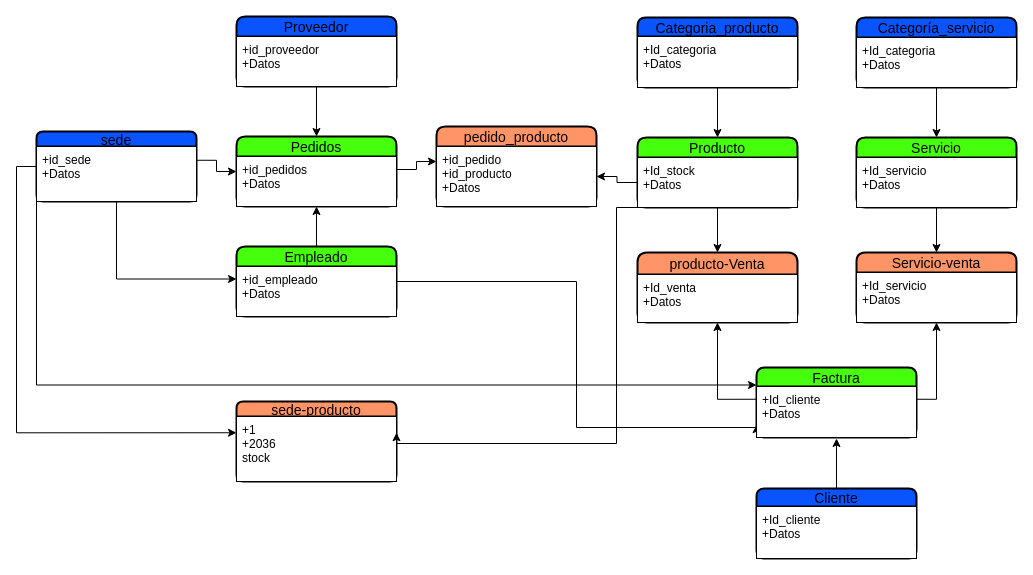
Earlier version of the draw.io diagram Diagrama sin título.drawio (MikhersAgustiniana/Diagrama-MER). Source tidied: cells renumbered, new cells numbered last; positions are measured from the earlier drawing's top-left corner, leaving out a move shared by most shapes. Both pictures are drawn from the tidied source at 100%, with x=0, y=0 at pixel (36, 16).
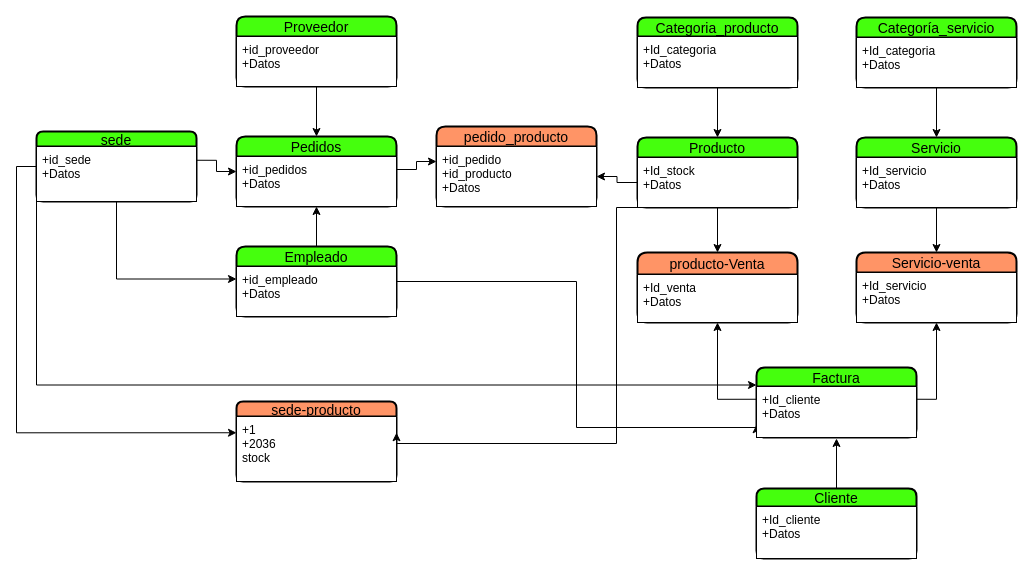
After the change.

Commit message:
Mas cambio de color

What changed in the source:
```diff
@@
-    <mxCell id="2" value="Proveedor" style="swimlane;horizontal=1;startSize=20;rounded=1;fontSize=14;fontStyle=0;strokeWidth=2;shadow=0;dashed=0;align=center;fillColor=#0A54FF;strokeColor=#000000;" parent="1" vertex="1">
+    <mxCell id="2" value="Proveedor" style="swimlane;horizontal=1;startSize=20;rounded=1;fontSize=14;fontStyle=0;strokeWidth=2;shadow=0;dashed=0;align=center;fillColor=#45FF0D;strokeColor=#000000;" parent="1" vertex="1">
       <mxGeometry x="200" width="160" height="70" as="geometry" />
     </mxCell>
@@
-    <mxCell id="16" value="Categoria_producto" style="swimlane;horizontal=1;startSize=19;rounded=1;fontSize=14;fontStyle=0;strokeWidth=2;shadow=0;dashed=0;align=center;fillColor=#0A54FF;strokeColor=#000000;" parent="1" vertex="1">
+    <mxCell id="16" value="Categoria_producto" style="swimlane;horizontal=1;startSize=19;rounded=1;fontSize=14;fontStyle=0;strokeWidth=2;shadow=0;dashed=0;align=center;fillColor=#45FF0D;strokeColor=#000000;" parent="1" vertex="1">
       <mxGeometry x="601" y="1" width="160" height="70" as="geometry" />
     </mxCell>
@@
-    <mxCell id="23" value="Cliente" style="swimlane;horizontal=1;startSize=18;rounded=1;fontSize=14;fontStyle=0;strokeWidth=2;shadow=0;dashed=0;align=center;fillColor=#0A54FF;strokeColor=#000000;" parent="1" vertex="1">
+    <mxCell id="23" value="Cliente" style="swimlane;horizontal=1;startSize=18;rounded=1;fontSize=14;fontStyle=0;strokeWidth=2;shadow=0;dashed=0;align=center;fillColor=#45FF0D;strokeColor=#000000;" parent="1" vertex="1">
       <mxGeometry x="720" y="472" width="160" height="70" as="geometry" />
     </mxCell>
@@
-    <mxCell id="25" value="Categoría_servicio" style="swimlane;horizontal=1;startSize=20;rounded=1;fontSize=14;fontStyle=0;strokeWidth=2;shadow=0;dashed=0;align=center;fillColor=#0A54FF;strokeColor=#000000;" parent="1" vertex="1">
+    <mxCell id="25" value="Categoría_servicio" style="swimlane;horizontal=1;startSize=20;rounded=1;fontSize=14;fontStyle=0;strokeWidth=2;shadow=0;dashed=0;align=center;fillColor=#45FF0D;strokeColor=#000000;" parent="1" vertex="1">
       <mxGeometry x="820" y="1" width="160" height="70" as="geometry" />
     </mxCell>
@@
-    <mxCell id="32" value="sede" style="swimlane;horizontal=1;startSize=15;rounded=1;fontSize=14;fontStyle=0;strokeWidth=2;shadow=0;dashed=0;align=center;fillColor=#0A54FF;strokeColor=#000000;" parent="1" vertex="1">
+    <mxCell id="32" value="sede" style="swimlane;horizontal=1;startSize=15;rounded=1;fontSize=14;fontStyle=0;strokeWidth=2;shadow=0;dashed=0;align=center;fillColor=#45FF0D;strokeColor=#000000;" parent="1" vertex="1">
       <mxGeometry y="115" width="160" height="70" as="geometry" />
     </mxCell>
```
